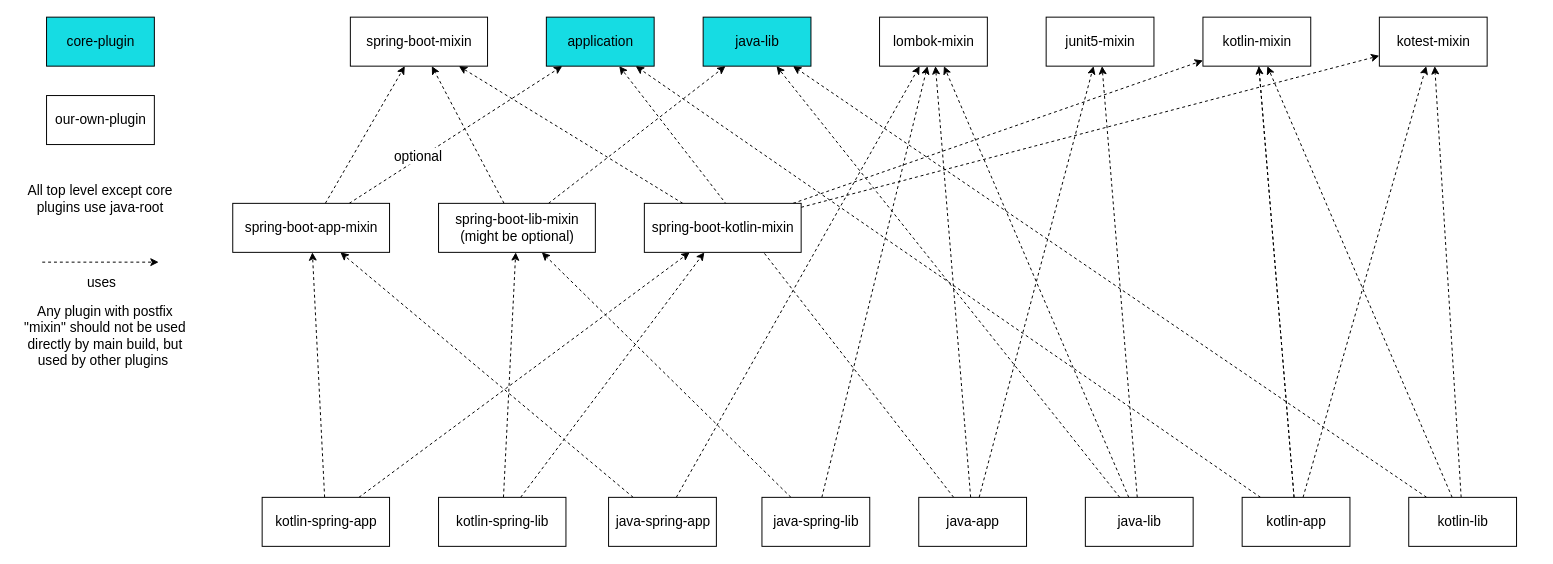
Earlier version of the draw.io diagram gradle/plugins/gradle plugins structure.drawio (CXwudi/modern-gradle-template). Source tidied: cells renumbered, new cells numbered last; positions are measured from the earlier drawing's top-left corner, leaving out a move shared by most shapes. Both pictures are drawn from the tidied source at 98%, with x=0, y=0 at pixel (17, 17).
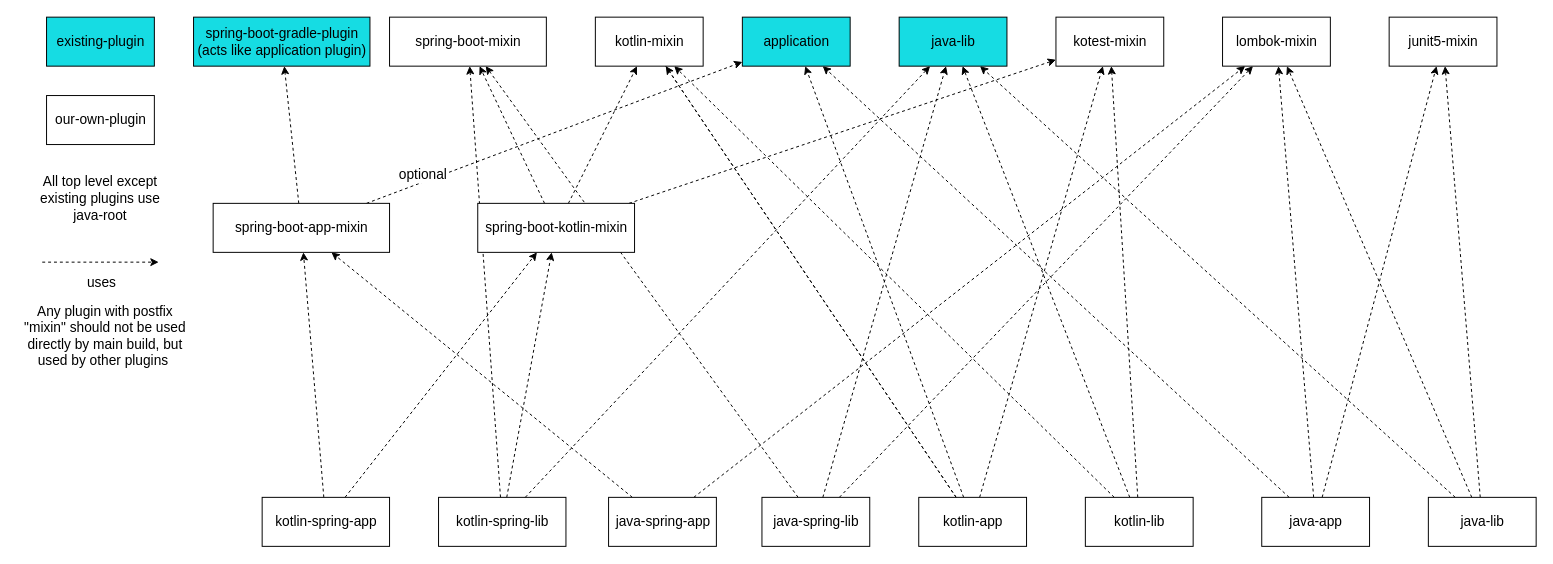
The same diagram, later.

Unchanged cells that the change refers to:
```xml
<mxCell id="26" value="java-spring-app" style="html=1;fontSize=14;" parent="1" vertex="1">
  <mxGeometry x="603.5" y="490" width="110" height="50" as="geometry" />
</mxCell>
<mxCell id="29" value="java-spring-lib" style="html=1;fontSize=14;" parent="1" vertex="1">
  <mxGeometry x="760" y="490" width="110" height="50" as="geometry" />
</mxCell>
<mxCell id="32" value="kotlin-spring-app" style="html=1;fontSize=14;" parent="1" vertex="1">
  <mxGeometry x="250" y="490" width="130" height="50" as="geometry" />
</mxCell>
<mxCell id="35" value="kotlin-spring-lib" style="html=1;fontSize=14;" parent="1" vertex="1">
  <mxGeometry x="430" y="490" width="130" height="50" as="geometry" />
</mxCell>
```

Diff of the diagram source:
```diff
@@
     <mxCell id="5" value="java-app" style="html=1;fontSize=14;" parent="1" vertex="1">
-      <mxGeometry x="920" y="490" width="110" height="50" as="geometry" />
+      <mxGeometry x="1270" y="490" width="110" height="50" as="geometry" />
     </mxCell>
@@
     <mxCell id="9" value="java-lib" style="html=1;fontSize=14;" parent="1" vertex="1">
-      <mxGeometry x="1090" y="490" width="110" height="50" as="geometry" />
+      <mxGeometry x="1440" y="490" width="110" height="50" as="geometry" />
     </mxCell>
     <mxCell id="10" value="junit5-mixin" style="html=1;fontSize=14;" parent="1" vertex="1">
-      <mxGeometry x="1050" width="110" height="50" as="geometry" />
+      <mxGeometry x="1400" width="110" height="50" as="geometry" />
     </mxCell>
     <mxCell id="11" value="lombok-mixin" style="html=1;fontSize=14;" parent="1" vertex="1">
-      <mxGeometry x="880" width="110" height="50" as="geometry" />
+      <mxGeometry x="1230" width="110" height="50" as="geometry" />
     </mxCell>
-    <mxCell id="12" value="spring-boot-mixin" style="html=1;fontSize=14;" parent="1" vertex="1">
-      <mxGeometry x="340" width="140" height="50" as="geometry" />
+    <mxCell id="12" value="spring-boot-gradle-plugin&lt;br&gt;(acts like application plugin)" style="html=1;fontSize=14;fillColor=#16DCE3;" parent="1" vertex="1">
+      <mxGeometry x="180" width="180" height="50" as="geometry" />
     </mxCell>
     <mxCell id="13" value="application" style="html=1;fontSize=14;fillColor=#16DCE3;" parent="1" vertex="1">
-      <mxGeometry x="540" width="110" height="50" as="geometry" />
+      <mxGeometry x="740" width="110" height="50" as="geometry" />
     </mxCell>
     <mxCell id="14" value="java-lib" style="html=1;fontSize=14;fillColor=#16DCE3;" parent="1" vertex="1">
-      <mxGeometry x="700" width="110" height="50" as="geometry" />
+      <mxGeometry x="900" width="110" height="50" as="geometry" />
     </mxCell>
-    <mxCell id="15" value="All top level except core plugins use java-root" style="text;html=1;strokeColor=none;fillColor=none;align=center;verticalAlign=middle;whiteSpace=wrap;rounded=0;fontSize=14;" parent="1" vertex="1">
+    <mxCell id="15" value="All top level except existing plugins use java-root" style="text;html=1;strokeColor=none;fillColor=none;align=center;verticalAlign=middle;whiteSpace=wrap;rounded=0;fontSize=14;" parent="1" vertex="1">
       <mxGeometry x="10" y="160" width="150" height="50" as="geometry" />
     </mxCell>
@@
     <mxCell id="19" value="kotlin-app" style="html=1;fontSize=14;" parent="1" vertex="1">
-      <mxGeometry x="1250" y="490" width="110" height="50" as="geometry" />
+      <mxGeometry x="920" y="490" width="110" height="50" as="geometry" />
     </mxCell>
@@
     <mxCell id="23" value="kotlin-lib" style="html=1;fontSize=14;" parent="1" vertex="1">
-      <mxGeometry x="1420" y="490" width="110" height="50" as="geometry" />
+      <mxGeometry x="1090" y="490" width="110" height="50" as="geometry" />
     </mxCell>
@@
-    <mxCell id="25" style="rounded=0;jettySize=auto;html=1;dashed=1;fontSize=14;" parent="1" edge="1" source="26" target="39">
+    <mxCell id="25" style="rounded=0;jettySize=auto;html=1;dashed=1;fontSize=14;" parent="1" edge="1" source="26" target="58">
       <mxGeometry relative="1" as="geometry" />
     </mxCell>
@@
-    <mxCell id="27" style="rounded=0;jettySize=auto;html=1;dashed=1;fontSize=14;" parent="1" edge="1" source="29" target="44">
+    <mxCell id="27" style="rounded=0;jettySize=auto;html=1;dashed=1;fontSize=14;" parent="1" edge="1" source="29" target="39">
       <mxGeometry relative="1" as="geometry" />
     </mxCell>
@@
-    <mxCell id="30" style="rounded=0;jettySize=auto;html=1;dashed=1;fontSize=14;" parent="1" edge="1" source="32" target="39">
+    <mxCell id="30" style="rounded=0;jettySize=auto;html=1;dashed=1;fontSize=14;" parent="1" edge="1" source="32" target="58">
       <mxGeometry relative="1" as="geometry" />
     </mxCell>
@@
-    <mxCell id="33" style="edgeStyle=none;rounded=0;jettySize=auto;html=1;dashed=1;fontSize=14;" parent="1" edge="1" source="35" target="44">
+    <mxCell id="33" style="edgeStyle=none;rounded=0;jettySize=auto;html=1;dashed=1;fontSize=14;" parent="1" edge="1" source="35" target="39">
       <mxGeometry relative="1" as="geometry" />
     </mxCell>
@@
-    <mxCell id="36" style="rounded=0;jettySize=auto;html=1;dashed=1;fontSize=14;" parent="1" edge="1" source="39" target="12">
-      <mxGeometry relative="1" as="geometry" />
-    </mxCell>
-    <mxCell id="37" style="rounded=0;jettySize=auto;html=1;dashed=1;fontSize=14;" parent="1" edge="1" source="39" target="13">
-      <mxGeometry relative="1" as="geometry" />
-    </mxCell>
-    <mxCell id="38" value="optional" style="edgeLabel;html=1;align=center;verticalAlign=middle;fontSize=14;" parent="37" vertex="1">
-      <mxGeometry x="-0.44" y="-1" relative="1" as="geometry">
-        <mxPoint x="9" y="-10" as="offset" />
-      </mxGeometry>
-    </mxCell>
-    <mxCell id="39" value="spring-boot-app-mixin" style="html=1;fontSize=14;" parent="1" vertex="1">
-      <mxGeometry x="220" y="190" width="160" height="50" as="geometry" />
+    <mxCell id="39" value="spring-boot-mixin" style="html=1;fontSize=14;" parent="1" vertex="1">
+      <mxGeometry x="380" width="160" height="50" as="geometry" />
     </mxCell>
-    <mxCell id="40" style="rounded=0;jettySize=auto;html=1;dashed=1;fontSize=14;" parent="1" edge="1" source="44" target="12">
+    <mxCell id="40" style="rounded=0;jettySize=auto;html=1;dashed=1;fontSize=14;" parent="1" edge="1" source="35" target="14">
       <mxGeometry relative="1" as="geometry" />
     </mxCell>
-    <mxCell id="41" style="rounded=0;jettySize=auto;html=1;dashed=1;fontSize=14;" parent="1" edge="1" source="44" target="14">
+    <mxCell id="41" style="rounded=0;jettySize=auto;html=1;dashed=1;fontSize=14;" parent="1" edge="1" source="29" target="14">
       <mxGeometry relative="1" as="geometry" />
     </mxCell>
     <mxCell id="42" value="kotlin-mixin" style="html=1;fontSize=14;" parent="1" vertex="1">
-      <mxGeometry x="1210" width="110" height="50" as="geometry" />
+      <mxGeometry x="590" width="110" height="50" as="geometry" />
     </mxCell>
@@
-    <mxCell id="44" value="spring-boot-lib-mixin&lt;br&gt;(might be optional)" style="html=1;fontSize=14;" parent="1" vertex="1">
-      <mxGeometry x="430" y="190" width="160" height="50" as="geometry" />
-    </mxCell>
-    <mxCell id="45" style="edgeStyle=none;rounded=0;jettySize=auto;html=1;dashed=1;fontSize=14;" parent="1" edge="1" source="48" target="12">
-      <mxGeometry relative="1" as="geometry" />
-    </mxCell>
@@
+    <mxCell id="55" style="edgeStyle=none;rounded=0;jettySize=auto;html=1;dashed=1;" parent="1" edge="1" source="48" target="39">
+      <mxGeometry relative="1" as="geometry" />
+    </mxCell>
     <mxCell id="48" value="spring-boot-kotlin-mixin" style="html=1;fontSize=14;" parent="1" vertex="1">
-      <mxGeometry x="640" y="190" width="160" height="50" as="geometry" />
+      <mxGeometry x="470" y="190" width="160" height="50" as="geometry" />
     </mxCell>
@@
     <mxCell id="51" value="kotest-mixin" style="html=1;fontSize=14;" parent="1" vertex="1">
-      <mxGeometry x="1390" width="110" height="50" as="geometry" />
+      <mxGeometry x="1060" width="110" height="50" as="geometry" />
     </mxCell>
-    <mxCell id="52" value="core-plugin" style="html=1;fontSize=14;fillColor=#16DCE3;" parent="1" vertex="1">
+    <mxCell id="52" value="existing-plugin" style="html=1;fontSize=14;fillColor=#16DCE3;" parent="1" vertex="1">
       <mxGeometry x="30" width="110" height="50" as="geometry" />
     </mxCell>
@@
+    <mxCell id="56" style="edgeStyle=none;rounded=0;jettySize=auto;html=1;dashed=1;fontSize=14;" parent="1" edge="1" source="58" target="12">
+      <mxGeometry relative="1" as="geometry" />
+    </mxCell>
+    <mxCell id="57" style="edgeStyle=none;rounded=0;jettySize=auto;html=1;dashed=1;fontSize=14;" parent="1" edge="1" source="58" target="13">
+      <mxGeometry relative="1" as="geometry" />
+    </mxCell>
+    <mxCell id="38" value="optional" style="edgeLabel;html=1;align=center;verticalAlign=middle;fontSize=14;labelBorderColor=none;labelBackgroundColor=default;" parent="57" vertex="1">
+      <mxGeometry x="-0.71" y="1" relative="1" as="geometry">
+        <mxPoint x="2" y="-8" as="offset" />
+      </mxGeometry>
+    </mxCell>
+    <mxCell id="58" value="spring-boot-app-mixin" style="html=1;fillColor=#FFFFFF;fontSize=14;" parent="1" vertex="1">
+      <mxGeometry x="200" y="190" width="180" height="50" as="geometry" />
+    </mxCell>
```
